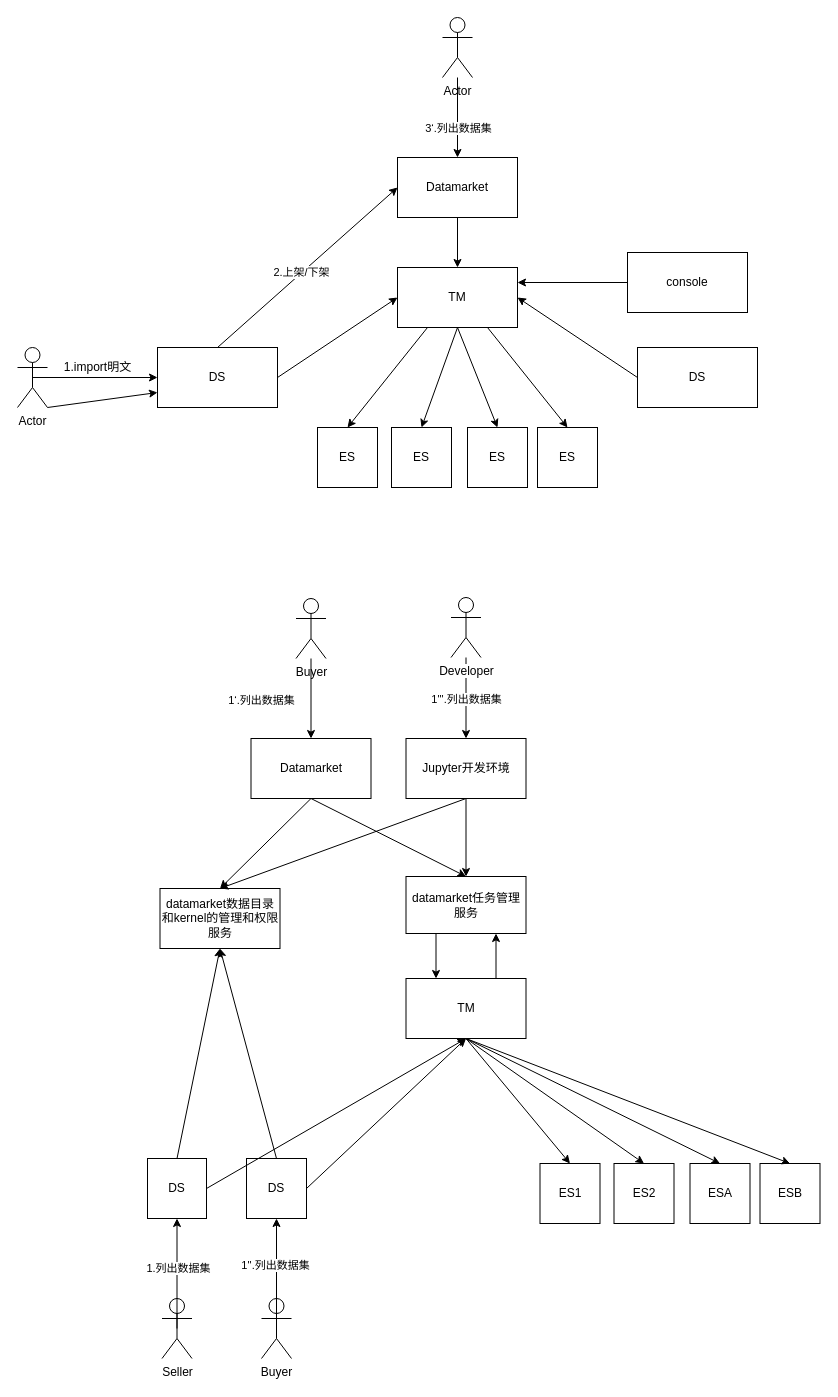
The draw.io diagram data_list_.drawio in yankaili2006/drawing_io, before the edit. Source tidied: cells renumbered, new cells numbered last; positions are measured from the earlier drawing's top-left corner, leaving out a move shared by most shapes. Both pictures are drawn from the tidied source at 100%, with x=0, y=0 at pixel (17, 17).
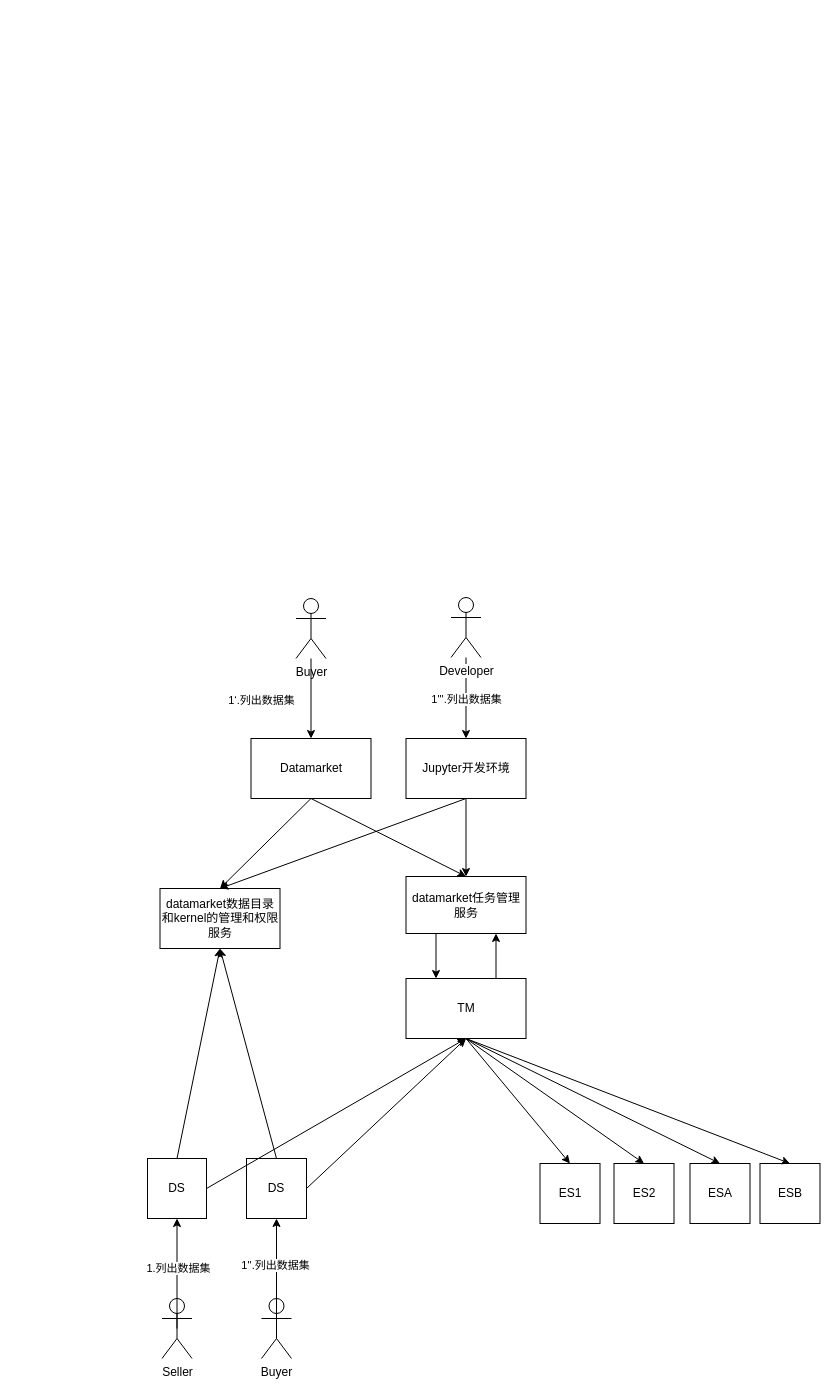
Above is the later version.

What changed in the source:
```diff
@@
-    <mxCell id="2" value="DS" style="rounded=0;whiteSpace=wrap;html=1;" parent="1" vertex="1">
-      <mxGeometry x="140" y="330" width="120" height="60" as="geometry" />
-    </mxCell>
-    <mxCell id="3" value="TM" style="rounded=0;whiteSpace=wrap;html=1;" parent="1" vertex="1">
-      <mxGeometry x="380" y="250" width="120" height="60" as="geometry" />
-    </mxCell>
-    <mxCell id="4" value="ES" style="rounded=0;whiteSpace=wrap;html=1;" parent="1" vertex="1">
-      <mxGeometry x="300" y="410" width="60" height="60" as="geometry" />
-    </mxCell>
-    <mxCell id="5" value="ES" style="rounded=0;whiteSpace=wrap;html=1;" parent="1" vertex="1">
-      <mxGeometry x="520" y="410" width="60" height="60" as="geometry" />
-    </mxCell>
-    <mxCell id="6" value="ES" style="rounded=0;whiteSpace=wrap;html=1;" parent="1" vertex="1">
-      <mxGeometry x="374" y="410" width="60" height="60" as="geometry" />
-    </mxCell>
-    <mxCell id="7" value="ES" style="rounded=0;whiteSpace=wrap;html=1;" parent="1" vertex="1">
-      <mxGeometry x="450" y="410" width="60" height="60" as="geometry" />
-    </mxCell>
-    <mxCell id="8" value="DS" style="rounded=0;whiteSpace=wrap;html=1;" parent="1" vertex="1">
-      <mxGeometry x="620" y="330" width="120" height="60" as="geometry" />
-    </mxCell>
-    <mxCell id="9" value="console" style="rounded=0;whiteSpace=wrap;html=1;" parent="1" vertex="1">
-      <mxGeometry x="610" y="235" width="120" height="60" as="geometry" />
-    </mxCell>
-    <mxCell id="10" value="Datamarket" style="rounded=0;whiteSpace=wrap;html=1;" parent="1" vertex="1">
-      <mxGeometry x="380" y="140" width="120" height="60" as="geometry" />
-    </mxCell>
-    <mxCell id="11" style="endArrow=classic;html=1;exitX=0.5;exitY=0;exitDx=0;exitDy=0;entryX=0;entryY=0.5;entryDx=0;entryDy=0;" parent="1" edge="1" source="2" target="10">
-      <mxGeometry relative="1" as="geometry" />
-    </mxCell>
-    <mxCell id="12" value="2.上架/下架" style="edgeLabel;html=1;align=center;verticalAlign=middle;" parent="11" vertex="1">
-      <mxGeometry x="-0.06" y="1" relative="1" as="geometry" />
-    </mxCell>
-    <mxCell id="13" value="Actor" style="shape=umlActor;verticalLabelPosition=bottom;labelBackgroundColor=#ffffff;verticalAlign=top;html=1;outlineConnect=0;" parent="1" vertex="1">
-      <mxGeometry y="330" width="30" height="60" as="geometry" />
-    </mxCell>
-    <mxCell id="14" style="endArrow=classic;html=1;exitX=0.5;exitY=0.5;exitDx=0;exitDy=0;exitPerimeter=0;entryX=0;entryY=0.5;entryDx=0;entryDy=0;" parent="1" edge="1" source="13" target="2">
-      <mxGeometry relative="1" as="geometry" />
-    </mxCell>
-    <mxCell id="15" value="1.import明文" style="text;html=1;align=center;verticalAlign=middle;" parent="1" vertex="1">
-      <mxGeometry x="40" y="340" width="80" height="20" as="geometry" />
-    </mxCell>
-    <mxCell id="16" style="endArrow=classic;html=1;entryX=0.5;entryY=0;entryDx=0;entryDy=0;exitX=0.25;exitY=1;exitDx=0;exitDy=0;" parent="1" edge="1" source="3" target="4">
-      <mxGeometry relative="1" as="geometry" />
-    </mxCell>
-    <mxCell id="17" style="endArrow=classic;html=1;entryX=0.5;entryY=0;entryDx=0;entryDy=0;exitX=0.75;exitY=1;exitDx=0;exitDy=0;" parent="1" edge="1" source="3" target="5">
-      <mxGeometry relative="1" as="geometry" />
-    </mxCell>
-    <mxCell id="18" style="endArrow=classic;html=1;entryX=0.5;entryY=0;entryDx=0;entryDy=0;exitX=0.5;exitY=1;exitDx=0;exitDy=0;" parent="1" edge="1" source="3" target="6">
-      <mxGeometry relative="1" as="geometry" />
-    </mxCell>
-    <mxCell id="19" style="endArrow=classic;html=1;entryX=0.5;entryY=0;entryDx=0;entryDy=0;exitX=0.5;exitY=1;exitDx=0;exitDy=0;" parent="1" edge="1" source="3" target="7">
-      <mxGeometry relative="1" as="geometry" />
-    </mxCell>
-    <mxCell id="20" style="endArrow=classic;html=1;entryX=1;entryY=0.25;entryDx=0;entryDy=0;exitX=0;exitY=0.5;exitDx=0;exitDy=0;" parent="1" edge="1" source="9" target="3">
-      <mxGeometry relative="1" as="geometry" />
-    </mxCell>
-    <mxCell id="21" style="endArrow=classic;html=1;entryX=0.5;entryY=0;entryDx=0;entryDy=0;exitX=0.5;exitY=1;exitDx=0;exitDy=0;" parent="1" edge="1" source="10" target="3">
-      <mxGeometry relative="1" as="geometry" />
-    </mxCell>
-    <mxCell id="22" style="endArrow=classic;html=1;exitX=1;exitY=0.5;exitDx=0;exitDy=0;entryX=0;entryY=0.5;entryDx=0;entryDy=0;" parent="1" edge="1" source="2" target="3">
-      <mxGeometry relative="1" as="geometry" />
-    </mxCell>
-    <mxCell id="23" style="endArrow=classic;html=1;exitX=0;exitY=0.5;exitDx=0;exitDy=0;entryX=1;entryY=0.5;entryDx=0;entryDy=0;" parent="1" edge="1" source="8" target="3">
-      <mxGeometry relative="1" as="geometry" />
-    </mxCell>
-    <mxCell id="24" value="Actor" style="shape=umlActor;verticalLabelPosition=bottom;labelBackgroundColor=#ffffff;verticalAlign=top;html=1;outlineConnect=0;" parent="1" vertex="1">
-      <mxGeometry x="425" width="30" height="60" as="geometry" />
-    </mxCell>
-    <mxCell id="25" style="endArrow=classic;html=1;entryX=0.5;entryY=0;entryDx=0;entryDy=0;" parent="1" edge="1" source="24" target="10">
-      <mxGeometry relative="1" as="geometry" />
-    </mxCell>
-    <mxCell id="26" value="3‘.列出数据集" style="edgeLabel;html=1;align=center;verticalAlign=middle;" parent="25" vertex="1">
-      <mxGeometry x="-0.1" relative="1" as="geometry">
-        <mxPoint y="14.2" as="offset" />
-      </mxGeometry>
-    </mxCell>
-    <mxCell id="27" style="endArrow=classic;html=1;exitX=1;exitY=1;exitDx=0;exitDy=0;exitPerimeter=0;entryX=0;entryY=0.75;entryDx=0;entryDy=0;" parent="1" edge="1" source="13" target="2">
-      <mxGeometry relative="1" as="geometry" />
-    </mxCell>
```
